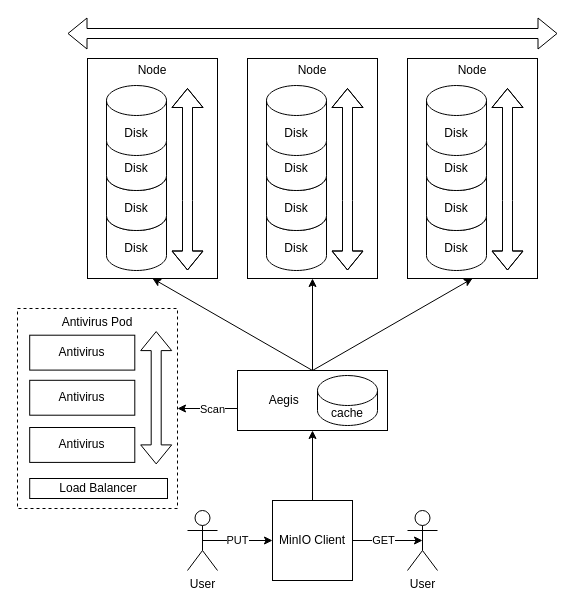
Above: page "3. Write Intercept" (6 of 10) of diagrams/architecture notext.drawio in battagel/report-aegis (draw.io), before the change. Source tidied: cells renumbered, new cells numbered last; positions are measured from the earlier drawing's top-left corner, leaving out a move shared by most shapes. Both pictures are drawn from the tidied source at 100%, with x=0, y=0 at pixel (17, 33).
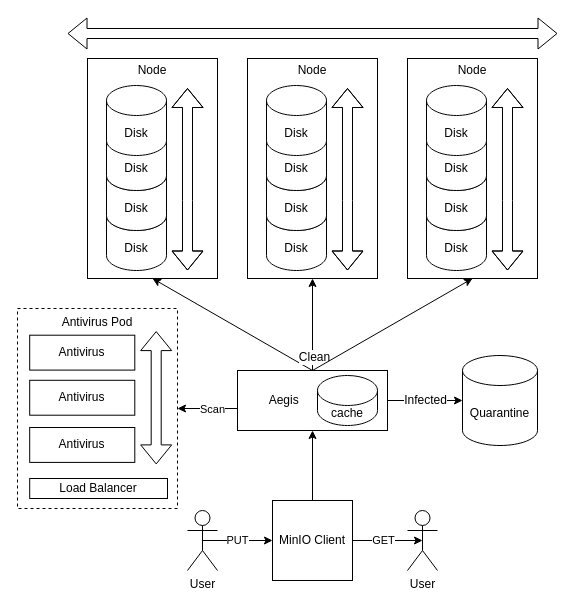
After the change.

The change refers to these unchanged cells:
```xml
<mxCell id="31" style="edgeStyle=none;html=1;exitX=0.5;exitY=0;exitDx=0;exitDy=0;entryX=0.5;entryY=1;entryDx=0;entryDy=0;" parent="1" edge="1" source="35" target="11">
  <mxGeometry relative="1" as="geometry" />
</mxCell>
<mxCell id="35" value="Aegis&amp;nbsp; &amp;nbsp; &amp;nbsp; &amp;nbsp; &amp;nbsp; &amp;nbsp; &amp;nbsp; &amp;nbsp; &amp;nbsp;" style="rounded=0;whiteSpace=wrap;html=1;" parent="1" vertex="1">
  <mxGeometry x="220" y="337" width="150" height="60" as="geometry" />
</mxCell>
```

What changed in the source:
```diff
@@
+    <mxCell id="47" value="Clean" style="edgeLabel;html=1;align=center;verticalAlign=middle;fontSize=12;" parent="31" vertex="1">
+      <mxGeometry x="-0.7" y="-1" relative="1" as="geometry" />
+    </mxCell>
@@
+    <mxCell id="48" value="Infected" style="edgeStyle=none;html=1;exitX=1;exitY=0.5;exitDx=0;exitDy=0;entryX=0;entryY=0.5;entryDx=0;entryDy=0;entryPerimeter=0;fontSize=12;" parent="1" edge="1" source="35" target="49">
+      <mxGeometry relative="1" as="geometry" />
+    </mxCell>
@@
+    <mxCell id="49" value="Quarantine" style="shape=cylinder3;whiteSpace=wrap;html=1;boundedLbl=1;backgroundOutline=1;size=15;" parent="1" vertex="1">
+      <mxGeometry x="445" y="322" width="75" height="90" as="geometry" />
+    </mxCell>
```
